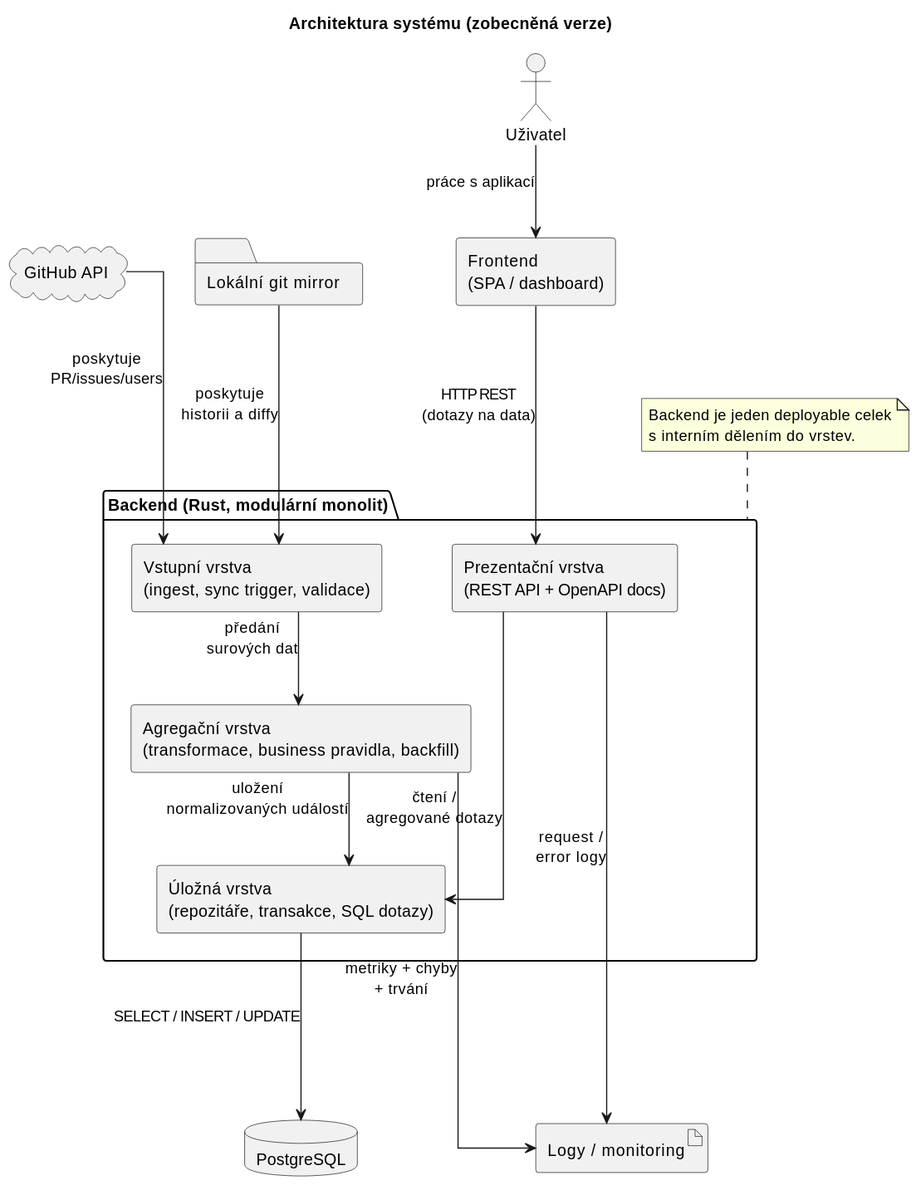
rcMarty/crabeye-thesis keeps this PlantUML diagram as src/figures/architecture/overall_architecture.svg. Above is the earlier version.
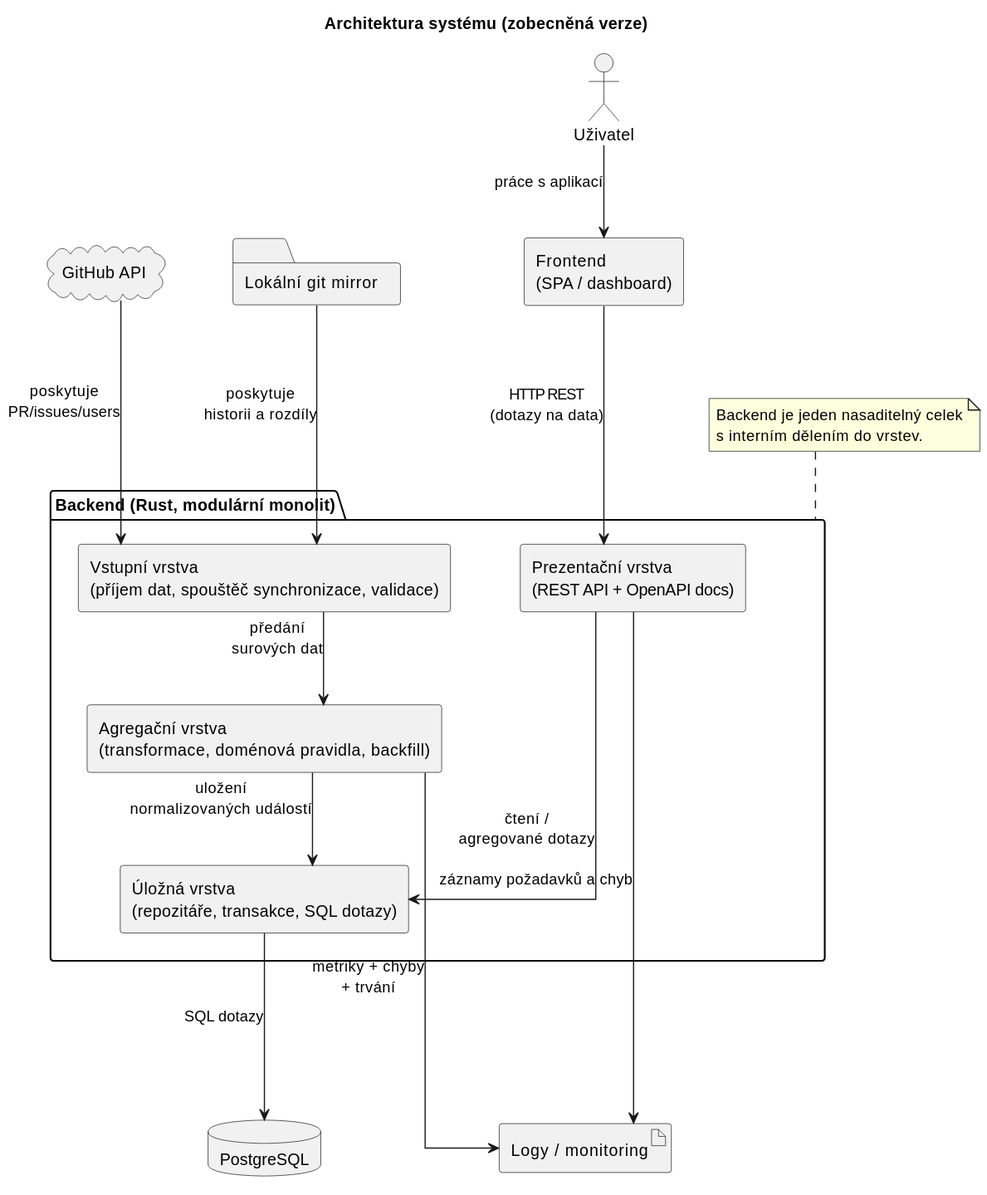
The same file after the commit.

What changed in the source:
```diff
@@ -17,9 +17,9 @@
 package "Backend (Rust, modulární monolit)" as be {
 
   component "Prezentační vrstva\n(REST API + OpenAPI docs)" as api
-  component "Vstupní vrstva\n(ingest, sync trigger, validace)" as input
+  component "Vstupní vrstva\n(příjem dat, spouštěč synchronizace, validace)" as input
 
-  component "Agregační vrstva\n(transformace, business pravidla, backfill)" as agg
+  component "Agregační vrstva\n(transformace, doménová pravidla, backfill)" as agg
   component "Úložná vrstva\n(repozitáře, transakce, SQL dotazy)" as store
 
   api -[hidden]down-> agg
@@ -36,7 +36,7 @@
 fe ---> api : HTTP REST\n(dotazy na data)
 
 gh ---> input : poskytuje\nPR/issues/users
-repo ---> input : poskytuje\nhistorii a diffy
+repo ---> input : poskytuje\nhistorii a rozdíly
 
 input --> agg : předání\nsurových dat
 api ---> store : čtení /\nagregované dotazy
@@ -44,14 +44,14 @@
 agg --> store : uložení\nnormalizovaných událostí
 
 
-store ---> db : SELECT / INSERT / UPDATE
+store ---> db : SQL dotazy
 
 
 agg ----> logs : metriky + chyby\n+ trvání
-api ---> logs : request /\nerror logy
+api ---> logs : záznamy požadavků a chyb
 
 note top of be
-  Backend je jeden deployable celek
+  Backend je jeden nasaditelný celek
   s interním dělením do vrstev.
 end note
 @enduml
```
